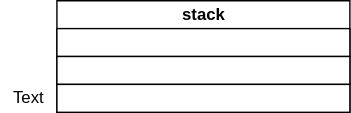
This is drawio/x86callFunc.drawio.svg from Stolorzs/Picgo, a draw.io export, as it was before one commit. Source tidied: cells renumbered, new cells last; positions are measured from the earlier drawing's top-left corner, leaving out a move shared by most shapes.
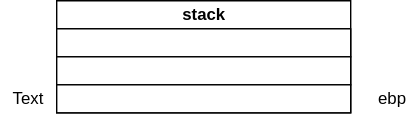
After the commit.

Diff of the diagram source:
```diff
@@ -17,5 +17,8 @@
     <mxCell id="6" value="Text" style="text;html=1;align=center;verticalAlign=middle;whiteSpace=wrap;rounded=0;" parent="1" vertex="1">
       <mxGeometry y="60" width="40" height="20" as="geometry" />
     </mxCell>
+    <mxCell id="7" value="ebp" style="text;html=1;align=center;verticalAlign=middle;whiteSpace=wrap;rounded=0;" parent="1" vertex="1">
+      <mxGeometry x="260" y="60" width="40" height="20" as="geometry" />
+    </mxCell>
   </root>
 </mxGraphModel>
```
